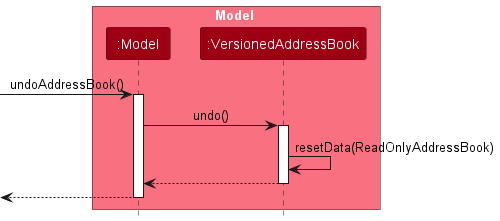
nus-cs2103-AY2425S1/tp keeps this PlantUML diagram as docs/images/UndoSequenceDiagram-Model.png. Above is the earlier version.
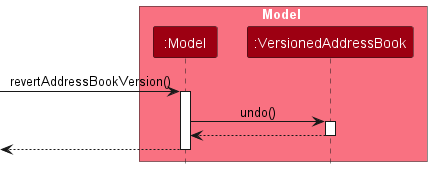
After the commit.

Commit message:
Update diagrams in DG for undo/redo

What changed in the source:
```diff
@@ -7,13 +7,12 @@
 participant ":VersionedAddressBook" as VersionedAddressBook MODEL_COLOR
 end box
 
-[-> Model : undoAddressBook()
+[-> Model : revertAddressBookVersion()
 activate Model
 
 Model -> VersionedAddressBook : undo()
 activate VersionedAddressBook
 
-VersionedAddressBook -> VersionedAddressBook :resetData(ReadOnlyAddressBook)
 VersionedAddressBook --> Model :
 deactivate VersionedAddressBook
 
```
